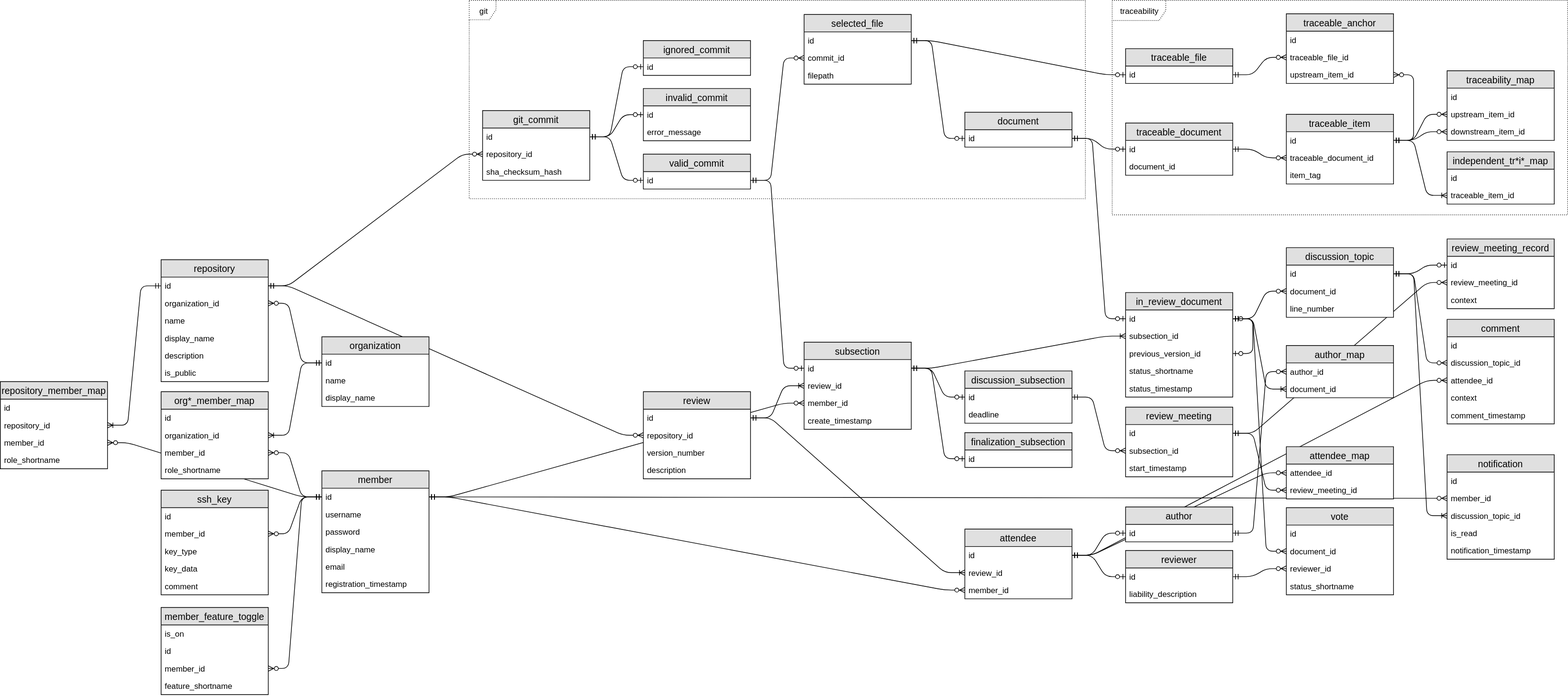
The draw.io diagram doc/design/database/entity-relationship-diagram.svg in gitenter/gitenter, before a commit. Source tidied: cells renumbered, new cells last; positions are measured from the earlier drawing's top-left corner, leaving out a move shared by most shapes.
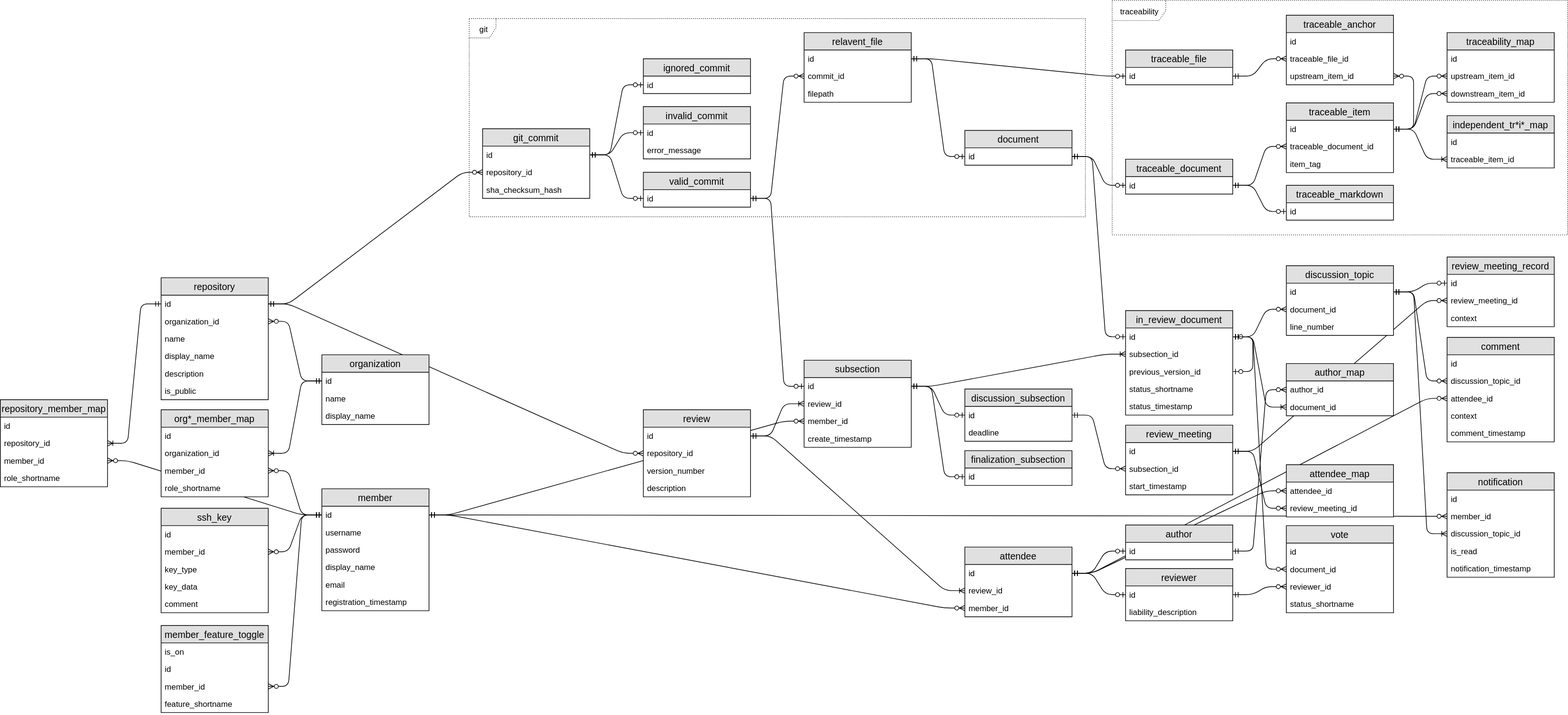
The same file after the commit.

Commit message:
Tiny changes. Mostly EAD diagram.

Change to the diagram source:
```diff
@@ -3,7 +3,7 @@
     <mxCell id="0" />
     <mxCell id="1" parent="0" />
     <mxCell id="2" value="traceability" style="shape=umlFrame;whiteSpace=wrap;html=1;dashed=1;dashPattern=1 2;width=80;height=30;" parent="1" vertex="1">
-      <mxGeometry x="1660" width="680" height="320" as="geometry" />
+      <mxGeometry x="1660" y="-27" width="680" height="350" as="geometry" />
     </mxCell>
     <mxCell id="3" value="git" style="shape=umlFrame;whiteSpace=wrap;html=1;dashed=1;dashPattern=1 2;width=40;height=29;" parent="1" vertex="1">
       <mxGeometry x="700" width="920" height="296" as="geometry" />
@@ -201,7 +201,7 @@
       <mxGeometry relative="1" as="geometry" />
     </mxCell>
     <mxCell id="68" value="traceable_item" style="swimlane;fontStyle=0;horizontal=1;startSize=26;fillColor=#e0e0e0;swimlaneFillColor=#ffffff;align=center;fontSize=14;" parent="1" vertex="1">
-      <mxGeometry x="1920" y="170" width="160" height="104" as="geometry" />
+      <mxGeometry x="1920" y="126" width="160" height="104" as="geometry" />
     </mxCell>
     <mxCell id="69" value="id" style="text;strokeColor=none;fillColor=none;spacingLeft=4;spacingRight=4;overflow=hidden;points=[[0,0.5],[1,0.5]];portConstraint=eastwest;fontSize=12;" parent="68" vertex="1">
       <mxGeometry y="26" width="160" height="26" as="geometry" />
@@ -216,7 +216,7 @@
       <mxGeometry relative="1" as="geometry" />
     </mxCell>
     <mxCell id="73" value="traceability_map" style="swimlane;fontStyle=0;horizontal=1;startSize=26;fillColor=#e0e0e0;swimlaneFillColor=#ffffff;align=center;fontSize=14;" parent="1" vertex="1">
-      <mxGeometry x="2160" y="105" width="160" height="104" as="geometry" />
+      <mxGeometry x="2160" y="21" width="160" height="104" as="geometry" />
     </mxCell>
     <mxCell id="74" value="id" style="text;strokeColor=none;fillColor=none;spacingLeft=4;spacingRight=4;overflow=hidden;fontSize=12;" parent="73" vertex="1">
       <mxGeometry y="26" width="160" height="26" as="geometry" />
@@ -402,7 +402,7 @@
       <mxGeometry relative="1" as="geometry" />
     </mxCell>
     <mxCell id="135" value="independent_tr*i*_map" style="swimlane;fontStyle=0;horizontal=1;startSize=26;fillColor=#e0e0e0;swimlaneFillColor=#ffffff;align=center;fontSize=14;" parent="1" vertex="1">
-      <mxGeometry x="2160" y="226" width="160" height="78" as="geometry" />
+      <mxGeometry x="2160" y="145" width="160" height="78" as="geometry" />
     </mxCell>
     <mxCell id="136" value="id" style="text;strokeColor=none;fillColor=none;spacingLeft=4;spacingRight=4;overflow=hidden;fontSize=12;" parent="135" vertex="1">
       <mxGeometry y="26" width="160" height="26" as="geometry" />
@@ -492,24 +492,21 @@
       <mxGeometry relative="1" as="geometry" />
     </mxCell>
     <mxCell id="165" value="traceable_document" style="swimlane;fontStyle=0;horizontal=1;startSize=26;fillColor=#e0e0e0;swimlaneFillColor=#ffffff;align=center;fontSize=14;" parent="1" vertex="1">
-      <mxGeometry x="1680" y="183" width="160" height="78" as="geometry" />
+      <mxGeometry x="1680" y="210" width="160" height="52" as="geometry" />
     </mxCell>
     <mxCell id="166" value="id" style="text;strokeColor=none;fillColor=none;spacingLeft=4;spacingRight=4;overflow=hidden;points=[[0,0.5],[1,0.5]];portConstraint=eastwest;fontSize=12;" parent="165" vertex="1">
       <mxGeometry y="26" width="160" height="26" as="geometry" />
     </mxCell>
-    <mxCell id="167" value="document_id" style="text;strokeColor=none;fillColor=none;spacingLeft=4;spacingRight=4;overflow=hidden;fontSize=12;" parent="165" vertex="1">
-      <mxGeometry y="52" width="160" height="26" as="geometry" />
-    </mxCell>
     <mxCell id="168" style="edgeStyle=entityRelationEdgeStyle;fontSize=12;html=1;endArrow=ERzeroToOne;startArrow=ERmandOne;" parent="1" edge="1" source="66" target="166">
       <mxGeometry relative="1" as="geometry" />
     </mxCell>
     <mxCell id="169" value="traceable_file" style="swimlane;fontStyle=0;horizontal=1;startSize=26;fillColor=#e0e0e0;swimlaneFillColor=#ffffff;align=center;fontSize=14;" parent="1" vertex="1">
-      <mxGeometry x="1680" y="72" width="160" height="52" as="geometry" />
+      <mxGeometry x="1680" y="47" width="160" height="52" as="geometry" />
     </mxCell>
     <mxCell id="170" value="id" style="text;strokeColor=none;fillColor=none;spacingLeft=4;spacingRight=4;overflow=hidden;points=[[0,0.5],[1,0.5]];portConstraint=eastwest;fontSize=12;" parent="169" vertex="1">
       <mxGeometry y="26" width="160" height="26" as="geometry" />
     </mxCell>
-    <mxCell id="171" value="selected_file" style="swimlane;fontStyle=0;horizontal=1;startSize=26;fillColor=#e0e0e0;swimlaneFillColor=#ffffff;align=center;fontSize=14;" parent="1" vertex="1">
+    <mxCell id="171" value="relavent_file" style="swimlane;fontStyle=0;horizontal=1;startSize=26;fillColor=#e0e0e0;swimlaneFillColor=#ffffff;align=center;fontSize=14;" parent="1" vertex="1">
       <mxGeometry x="1200" y="21" width="160" height="104" as="geometry" />
     </mxCell>
     <mxCell id="172" value="id" style="text;strokeColor=none;fillColor=none;spacingLeft=4;spacingRight=4;overflow=hidden;points=[[0,0.5],[1,0.5]];portConstraint=eastwest;fontSize=12;" parent="171" vertex="1">
@@ -528,7 +525,7 @@
       <mxGeometry relative="1" as="geometry" />
     </mxCell>
     <mxCell id="177" value="traceable_anchor" style="swimlane;fontStyle=0;horizontal=1;startSize=26;fillColor=#e0e0e0;swimlaneFillColor=#ffffff;align=center;fontSize=14;" parent="1" vertex="1">
-      <mxGeometry x="1920" y="20" width="160" height="104" as="geometry" />
+      <mxGeometry x="1920" y="-5" width="160" height="104" as="geometry" />
     </mxCell>
     <mxCell id="178" value="id" style="text;strokeColor=none;fillColor=none;spacingLeft=4;spacingRight=4;overflow=hidden;fontSize=12;" parent="177" vertex="1">
       <mxGeometry y="26" width="160" height="26" as="geometry" />
@@ -575,5 +572,14 @@
     <mxCell id="192" value="display_name" style="text;strokeColor=none;fillColor=none;spacingLeft=4;spacingRight=4;overflow=hidden;fontSize=12;" parent="189" vertex="1">
       <mxGeometry y="78" width="160" height="26" as="geometry" />
     </mxCell>
+    <mxCell id="193" value="traceable_markdown" style="swimlane;fontStyle=0;horizontal=1;startSize=26;fillColor=#e0e0e0;swimlaneFillColor=#ffffff;align=center;fontSize=14;" parent="1" vertex="1">
+      <mxGeometry x="1920" y="249" width="160" height="52" as="geometry" />
+    </mxCell>
+    <mxCell id="194" value="id" style="text;strokeColor=none;fillColor=none;spacingLeft=4;spacingRight=4;overflow=hidden;points=[[0,0.5],[1,0.5]];portConstraint=eastwest;fontSize=12;" parent="193" vertex="1">
+      <mxGeometry y="26" width="160" height="26" as="geometry" />
+    </mxCell>
+    <mxCell id="195" style="edgeStyle=entityRelationEdgeStyle;fontSize=12;html=1;endArrow=ERzeroToOne;startArrow=ERmandOne;" parent="1" edge="1" source="166" target="194">
+      <mxGeometry relative="1" as="geometry" />
+    </mxCell>
   </root>
 </mxGraphModel>
```
